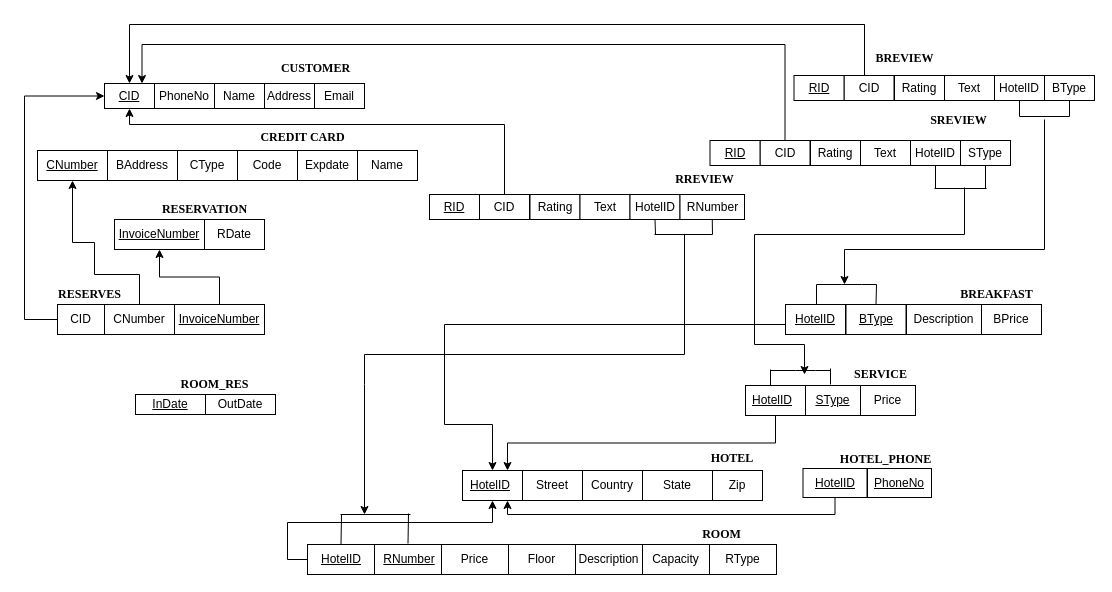
This is ProjectDeliverable2.drawio from susbiswas/njit-dbms-project2, a draw.io file, before an edit. Source tidied: cells renumbered, new cells numbered last; positions are measured from the earlier drawing's top-left corner, leaving out a move shared by most shapes. Both pictures are drawn from the tidied source at 100%, with x=0, y=0 at pixel (24, 24).
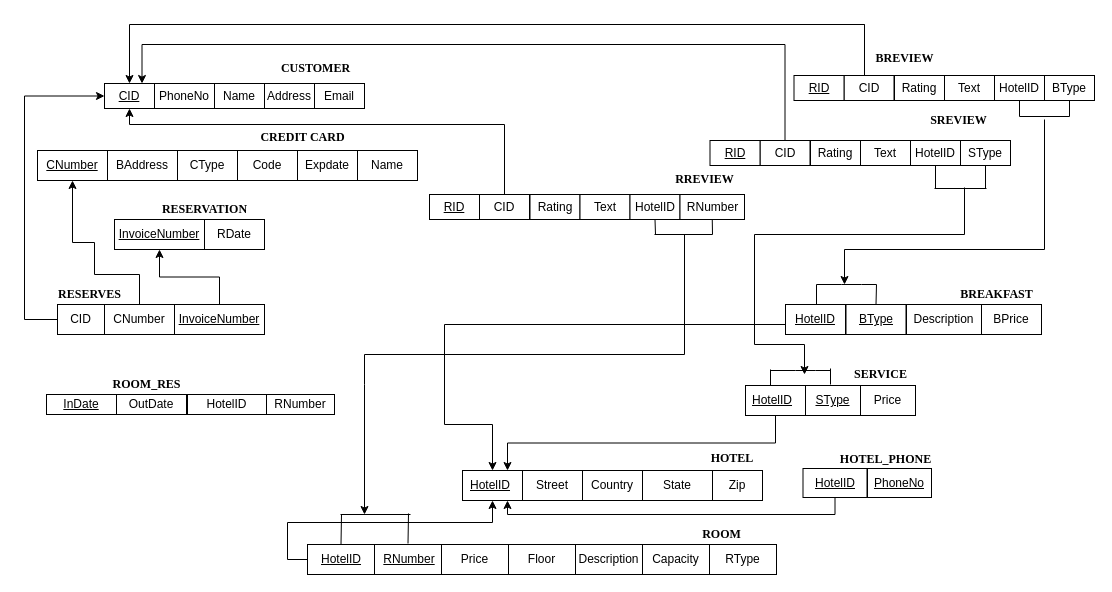
The same page after the edit.

What changed in the source:
```diff
@@
     <mxCell id="36" value="&lt;u&gt;InDate&lt;/u&gt;" style="rounded=0;whiteSpace=wrap;html=1;" parent="1" vertex="1">
-      <mxGeometry x="111" y="370" width="70" height="20" as="geometry" />
+      <mxGeometry x="22" y="370" width="70" height="20" as="geometry" />
     </mxCell>
     <mxCell id="37" value="OutDate" style="rounded=0;whiteSpace=wrap;html=1;" parent="1" vertex="1">
-      <mxGeometry x="181" y="370" width="70" height="20" as="geometry" />
+      <mxGeometry x="92" y="370" width="70" height="20" as="geometry" />
     </mxCell>
     <mxCell id="38" value="&lt;font face=&quot;Times New Roman&quot;&gt;&lt;b&gt;ROOM_RES&lt;/b&gt;&lt;/font&gt;" style="text;html=1;align=center;verticalAlign=middle;" parent="1" vertex="1">
-      <mxGeometry x="150" y="350" width="80" height="20" as="geometry" />
+      <mxGeometry x="82" y="350" width="80" height="20" as="geometry" />
     </mxCell>
@@
+    <mxCell id="108" value="HotelID" style="rounded=0;whiteSpace=wrap;html=1;" parent="1" vertex="1">
+      <mxGeometry x="163" y="370" width="79" height="20" as="geometry" />
+    </mxCell>
+    <mxCell id="109" value="RNumber" style="rounded=0;whiteSpace=wrap;html=1;" parent="1" vertex="1">
+      <mxGeometry x="242" y="370" width="68" height="20" as="geometry" />
+    </mxCell>
```
